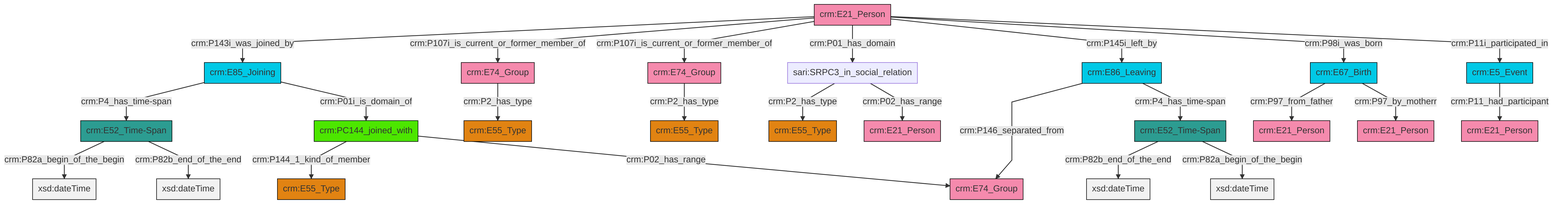
swiss-art-research-net/reference-data-models keeps this Mermaid diagram as et/personCSV/ttl/mmd/png/Person_Actor_Relations.png. Above is the earlier version. Its source is kept beside it as et/personCSV/ttl/mmd/Person_Actor_Relations.ttl.mmd.
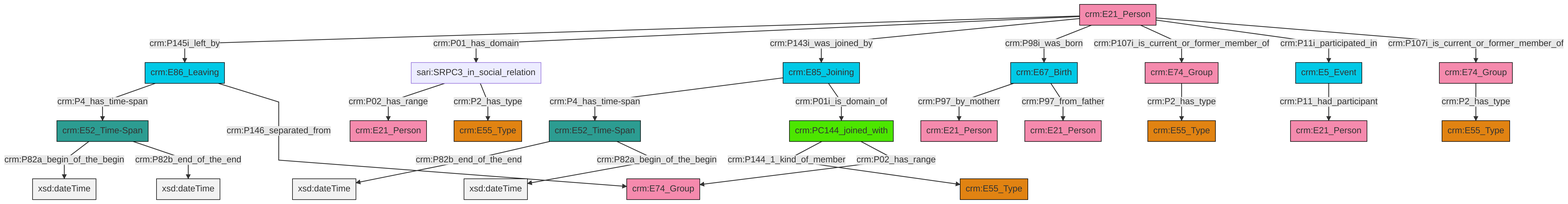
Above is the later version.

The edit, as a diff of the source:
```diff
@@ -13,27 +13,27 @@
 classDef PC_Classes fill:#4ce600, stroke:#000000;
 classDef Multi fill:#cccccc,stroke:#000000;
 
-2["crm:E67_Birth"]:::Temporal_Entity -->|crm:P97_from_father| 3["crm:E21_Person"]:::Actor
-6["crm:E21_Person"]:::Actor -->|crm:P143i_was_joined_by| 7["crm:E85_Joining"]:::Temporal_Entity
-8["crm:E52_Time-Span"]:::Time-Span -->|crm:P82b_end_of_the_end| 9[xsd:dateTime]:::Literal
-10["crm:E5_Event"]:::Temporal_Entity -->|crm:P11_had_participant| 11["crm:E21_Person"]:::Actor
-2["crm:E67_Birth"]:::Temporal_Entity -->|crm:P97_by_motherr| 21["crm:E21_Person"]:::Actor
-22["crm:E74_Group"]:::Actor -->|crm:P2_has_type| 23["crm:E55_Type"]:::Type
-8["crm:E52_Time-Span"]:::Time-Span -->|crm:P82a_begin_of_the_begin| 24[xsd:dateTime]:::Literal
-4["sari:SRPC3_in_social_relation"]:::Default -->|crm:P2_has_type| 18["crm:E55_Type"]:::Type
-27["crm:E74_Group"]:::Actor -->|crm:P2_has_type| 28["crm:E55_Type"]:::Type
-6["crm:E21_Person"]:::Actor -->|crm:P107i_is_current_or_former_member_of| 27["crm:E74_Group"]:::Actor
-7["crm:E85_Joining"]:::Temporal_Entity -->|crm:P4_has_time-span| 12["crm:E52_Time-Span"]:::Time-Span
-6["crm:E21_Person"]:::Actor -->|crm:P107i_is_current_or_former_member_of| 22["crm:E74_Group"]:::Actor
-6["crm:E21_Person"]:::Actor -->|crm:P01_has_domain| 4["sari:SRPC3_in_social_relation"]:::Default
-7["crm:E85_Joining"]:::Temporal_Entity -->|crm:P01i_is_domain_of| 35["crm:PC144_joined_with"]:::PC_Classes
-4["sari:SRPC3_in_social_relation"]:::Default -->|crm:P02_has_range| 38["crm:E21_Person"]:::Actor
-12["crm:E52_Time-Span"]:::Time-Span -->|crm:P82a_begin_of_the_begin| 40[xsd:dateTime]:::Literal
-35["crm:PC144_joined_with"]:::PC_Classes -->|crm:P144_1_kind_of_member| 15["crm:E55_Type"]:::Type
-12["crm:E52_Time-Span"]:::Time-Span -->|crm:P82b_end_of_the_end| 42[xsd:dateTime]:::Literal
-25["crm:E86_Leaving"]:::Temporal_Entity -->|crm:P146_separated_from| 0["crm:E74_Group"]:::Actor
-6["crm:E21_Person"]:::Actor -->|crm:P145i_left_by| 25["crm:E86_Leaving"]:::Temporal_Entity
-6["crm:E21_Person"]:::Actor -->|crm:P98i_was_born| 2["crm:E67_Birth"]:::Temporal_Entity
-35["crm:PC144_joined_with"]:::PC_Classes -->|crm:P02_has_range| 0["crm:E74_Group"]:::Actor
-6["crm:E21_Person"]:::Actor -->|crm:P11i_participated_in| 10["crm:E5_Event"]:::Temporal_Entity
-25["crm:E86_Leaving"]:::Temporal_Entity -->|crm:P4_has_time-span| 8["crm:E52_Time-Span"]:::Time-Span
+8["crm:E85_Joining"]:::Temporal_Entity -->|crm:P4_has_time-span| 9["crm:E52_Time-Span"]:::Time-Span
+9["crm:E52_Time-Span"]:::Time-Span -->|crm:P82b_end_of_the_end| 15[xsd:dateTime]:::Literal
+2["crm:PC144_joined_with"]:::PC_Classes -->|crm:P144_1_kind_of_member| 12["crm:E55_Type"]:::Type
+16["crm:E86_Leaving"]:::Temporal_Entity -->|crm:P4_has_time-span| 17["crm:E52_Time-Span"]:::Time-Span
+9["crm:E52_Time-Span"]:::Time-Span -->|crm:P82a_begin_of_the_begin| 18[xsd:dateTime]:::Literal
+23["crm:E21_Person"]:::Actor -->|crm:P145i_left_by| 16["crm:E86_Leaving"]:::Temporal_Entity
+30["sari:SRPC3_in_social_relation"]:::Default -->|crm:P02_has_range| 31["crm:E21_Person"]:::Actor
+23["crm:E21_Person"]:::Actor -->|crm:P01_has_domain| 30["sari:SRPC3_in_social_relation"]:::Default
+23["crm:E21_Person"]:::Actor -->|crm:P143i_was_joined_by| 8["crm:E85_Joining"]:::Temporal_Entity
+35["crm:E67_Birth"]:::Temporal_Entity -->|crm:P97_by_motherr| 0["crm:E21_Person"]:::Actor
+23["crm:E21_Person"]:::Actor -->|crm:P98i_was_born| 35["crm:E67_Birth"]:::Temporal_Entity
+30["sari:SRPC3_in_social_relation"]:::Default -->|crm:P2_has_type| 28["crm:E55_Type"]:::Type
+36["crm:E74_Group"]:::Actor -->|crm:P2_has_type| 10["crm:E55_Type"]:::Type
+23["crm:E21_Person"]:::Actor -->|crm:P107i_is_current_or_former_member_of| 21["crm:E74_Group"]:::Actor
+16["crm:E86_Leaving"]:::Temporal_Entity -->|crm:P146_separated_from| 32["crm:E74_Group"]:::Actor
+21["crm:E74_Group"]:::Actor -->|crm:P2_has_type| 19["crm:E55_Type"]:::Type
+25["crm:E5_Event"]:::Temporal_Entity -->|crm:P11_had_participant| 6["crm:E21_Person"]:::Actor
+8["crm:E85_Joining"]:::Temporal_Entity -->|crm:P01i_is_domain_of| 2["crm:PC144_joined_with"]:::PC_Classes
+23["crm:E21_Person"]:::Actor -->|crm:P11i_participated_in| 25["crm:E5_Event"]:::Temporal_Entity
+17["crm:E52_Time-Span"]:::Time-Span -->|crm:P82a_begin_of_the_begin| 42[xsd:dateTime]:::Literal
+2["crm:PC144_joined_with"]:::PC_Classes -->|crm:P02_has_range| 32["crm:E74_Group"]:::Actor
+17["crm:E52_Time-Span"]:::Time-Span -->|crm:P82b_end_of_the_end| 44[xsd:dateTime]:::Literal
+35["crm:E67_Birth"]:::Temporal_Entity -->|crm:P97_from_father| 4["crm:E21_Person"]:::Actor
+23["crm:E21_Person"]:::Actor -->|crm:P107i_is_current_or_former_member_of| 36["crm:E74_Group"]:::Actor
```
